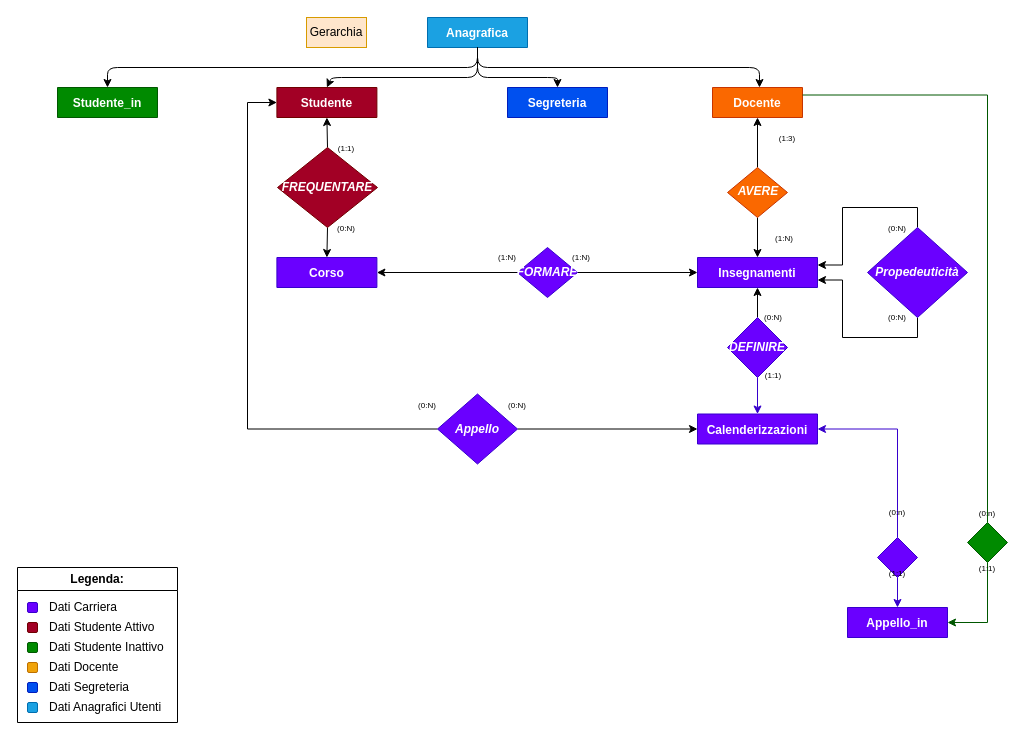
SirFuryy/BDLAB keeps this draw.io diagram as Diagramma E-R BDLAB.drawio. Above is the earlier version. Source tidied: cells renumbered, new cells numbered last; positions are measured from the earlier drawing's top-left corner, leaving out a move shared by most shapes. Both pictures are drawn from the tidied source at 100%, with x=0, y=0 at pixel (17, 17).
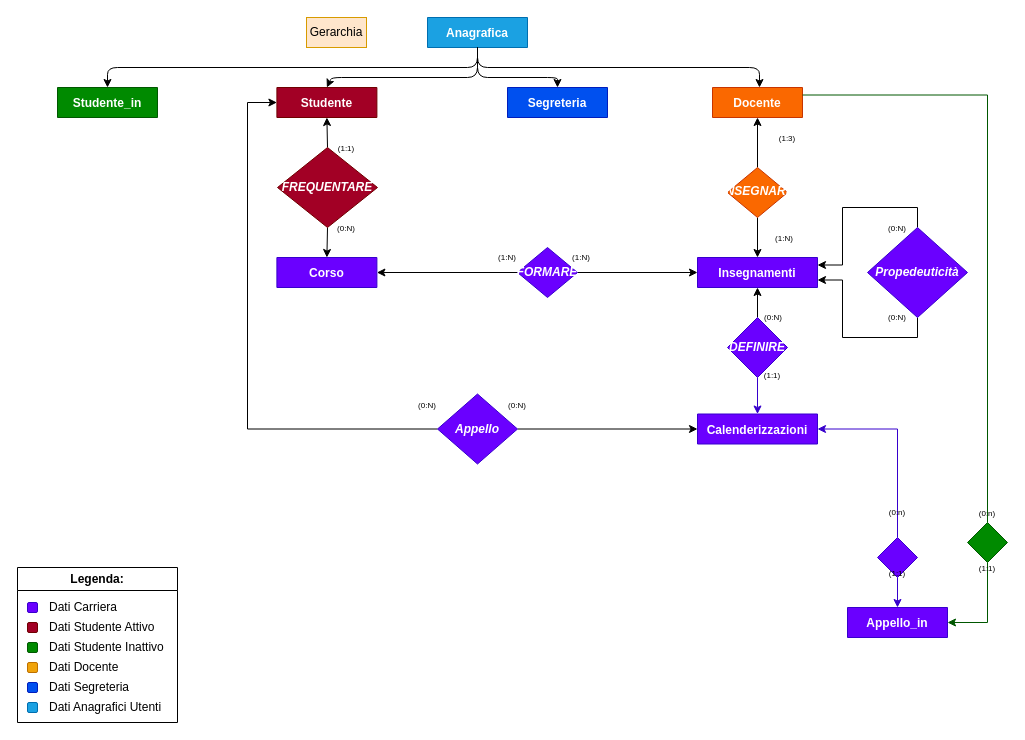
Above is the later version.

Diff of the diagram source:
```diff
@@
     <mxCell id="54" value="&lt;font style=&quot;font-size: 8px;&quot;&gt;(1:1)&lt;/font&gt;" style="text;html=1;strokeColor=none;fillColor=none;align=center;verticalAlign=middle;whiteSpace=wrap;rounded=0;" parent="1" vertex="1">
-      <mxGeometry x="737" y="346.5" width="38" height="20" as="geometry" />
+      <mxGeometry x="736" y="346.5" width="38" height="20" as="geometry" />
     </mxCell>
@@
-    <mxCell id="68" value="AVERE" style="text;html=1;strokeColor=none;fillColor=none;align=center;verticalAlign=middle;whiteSpace=wrap;rounded=0;fontColor=#FFFFFF;fontStyle=3;" parent="1" vertex="1">
+    <mxCell id="68" value="INSEGNARE" style="text;html=1;strokeColor=none;fillColor=none;align=center;verticalAlign=middle;whiteSpace=wrap;rounded=0;fontColor=#FFFFFF;fontStyle=3;" parent="1" vertex="1">
       <mxGeometry x="692" y="165" width="98" height="17.5" as="geometry" />
     </mxCell>
```
